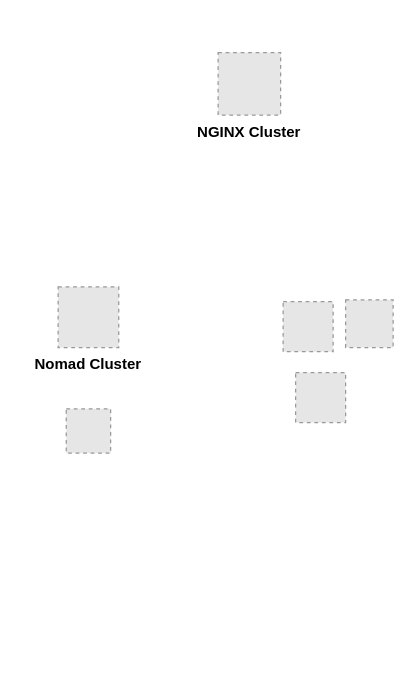
Earlier version of the draw.io diagram page "Page-5" (4 of 4) of KOL.drawio (khinhvuphiduong/diagrams.net). Source tidied: cells renumbered, new cells numbered last; positions are measured from the earlier drawing's top-left corner, leaving out a move shared by most shapes. Both pictures are drawn from the tidied source at 125%, with x=0, y=0 at pixel (58, 52). Pictures stored in the file or linked from it are replaced by grey dashed boxes.
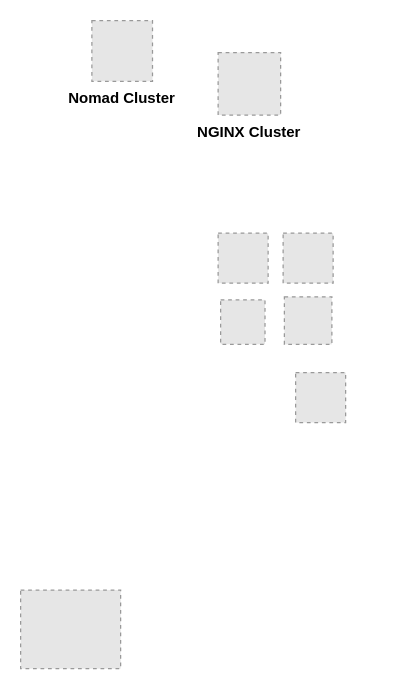
After the change.

Change to the diagram source:
```diff
@@
 <mxGraphModel>
   <root>
     <mxCell id="0" />
     <mxCell id="1" parent="0" />
     <mxCell id="2" value="Nomad Cluster" style="fillColor=#E6E6E6;strokeColor=#999999;dashed=1;verticalLabelPosition=bottom;labelBackgroundColor=default;verticalAlign=top;fontStyle=1;" parent="1" vertex="1">
-      <mxGeometry y="187" width="48.5" height="48.5" as="geometry" />
+      <mxGeometry x="27" y="-26" width="48.5" height="48.5" as="geometry" />
     </mxCell>
+    <mxCell id="6" style="fillColor=#E6E6E6;strokeColor=#999999;dashed=1;verticalLabelPosition=bottom;labelBackgroundColor=default;verticalAlign=top;" parent="1" vertex="1">
+      <mxGeometry x="190" y="255.5" width="40" height="40" as="geometry" />
+    </mxCell>
+    <mxCell id="7" value="NGINX Cluster" style="fillColor=#E6E6E6;strokeColor=#999999;dashed=1;verticalLabelPosition=bottom;labelBackgroundColor=default;verticalAlign=top;fontStyle=1;" parent="1" vertex="1">
+      <mxGeometry x="128" y="-0.5" width="50" height="50" as="geometry" />
+    </mxCell>
+    <mxCell id="8" style="group;" parent="1" vertex="1">
+      <mxGeometry x="128" y="144" width="92" height="89" as="geometry" />
+    </mxCell>
-    <mxCell id="3" style="fillColor=#E6E6E6;strokeColor=#999999;dashed=1;verticalLabelPosition=bottom;labelBackgroundColor=default;verticalAlign=top;" parent="1" vertex="1">
-      <mxGeometry x="230" y="197.4" width="38" height="38.1" as="geometry" />
+    <mxCell id="3" style="fillColor=#E6E6E6;strokeColor=#999999;dashed=1;verticalLabelPosition=bottom;labelBackgroundColor=default;verticalAlign=top;" parent="8" vertex="1">
+      <mxGeometry x="53" y="50.9" width="38" height="38.1" as="geometry" />
     </mxCell>
-    <mxCell id="4" style="fillColor=#E6E6E6;strokeColor=#999999;dashed=1;verticalLabelPosition=bottom;labelBackgroundColor=default;verticalAlign=top;" parent="1" vertex="1">
-      <mxGeometry x="6.5" y="284.5" width="35.5" height="35.5" as="geometry" />
+    <mxCell id="4" style="fillColor=#E6E6E6;strokeColor=#999999;dashed=1;verticalLabelPosition=bottom;labelBackgroundColor=default;verticalAlign=top;" parent="8" vertex="1">
+      <mxGeometry x="2" y="53.4" width="35.5" height="35.5" as="geometry" />
     </mxCell>
-    <mxCell id="5" style="fillColor=#E6E6E6;strokeColor=#999999;dashed=1;verticalLabelPosition=bottom;labelBackgroundColor=default;verticalAlign=top;" parent="1" vertex="1">
-      <mxGeometry x="180" y="198.8" width="40" height="40" as="geometry" />
+    <mxCell id="5" style="fillColor=#E6E6E6;strokeColor=#999999;dashed=1;verticalLabelPosition=bottom;labelBackgroundColor=default;verticalAlign=top;" parent="8" vertex="1">
+      <mxGeometry x="52" width="40" height="40" as="geometry" />
     </mxCell>
-    <mxCell id="6" style="fillColor=#E6E6E6;strokeColor=#999999;dashed=1;verticalLabelPosition=bottom;labelBackgroundColor=default;verticalAlign=top;" parent="1" vertex="1">
-      <mxGeometry x="190" y="255.5" width="40" height="40" as="geometry" />
-    </mxCell>
-    <mxCell id="7" value="NGINX Cluster" style="fillColor=#E6E6E6;strokeColor=#999999;dashed=1;verticalLabelPosition=bottom;labelBackgroundColor=default;verticalAlign=top;fontStyle=1;" parent="1" vertex="1">
-      <mxGeometry x="128" y="-0.5" width="50" height="50" as="geometry" />
-    </mxCell>
+    <mxCell id="9" style="fillColor=#E6E6E6;strokeColor=#999999;dashed=1;verticalLabelPosition=bottom;labelBackgroundColor=default;verticalAlign=top;" parent="8" vertex="1">
+      <mxGeometry width="40" height="40" as="geometry" />
+    </mxCell>
+    <mxCell id="10" style="fillColor=#E6E6E6;strokeColor=#999999;dashed=1;verticalLabelPosition=bottom;labelBackgroundColor=default;verticalAlign=top;" parent="1" vertex="1">
+      <mxGeometry x="-30" y="429.5" width="80" height="62.9" as="geometry" />
+    </mxCell>
   </root>
 </mxGraphModel>
```
